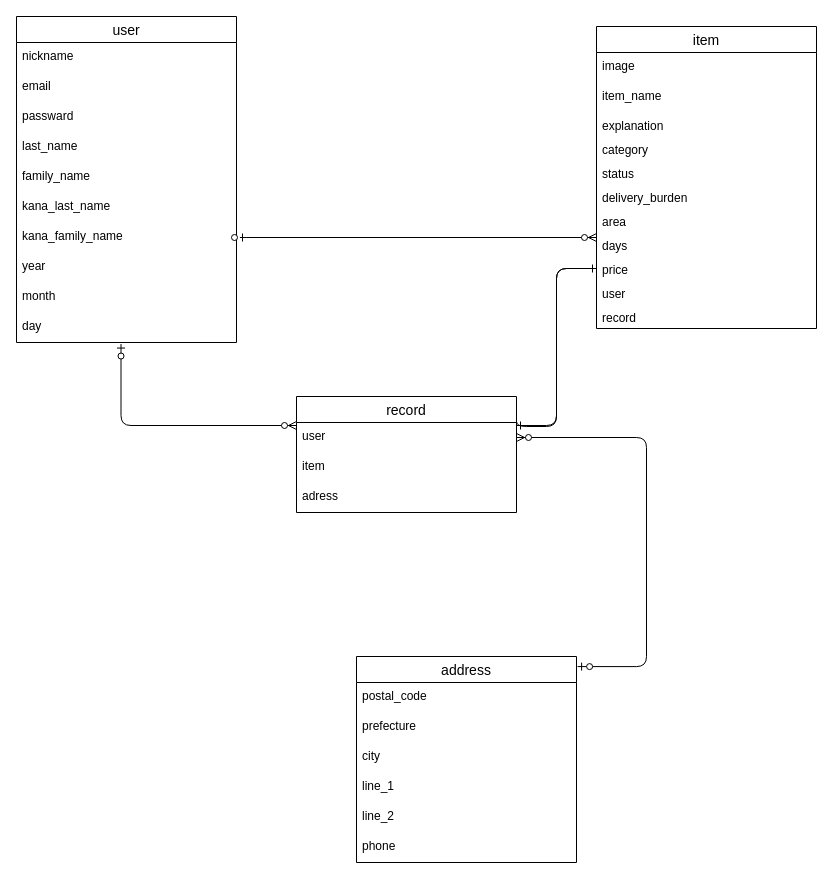
Before: furima.dio in daiki0904/furima-35457, a draw.io diagram. Source tidied: cells renumbered, new cells numbered last; positions are measured from the earlier drawing's top-left corner, leaving out a move shared by most shapes. Both pictures are drawn from the tidied source at 100%, with x=0, y=0 at pixel (16, 16).
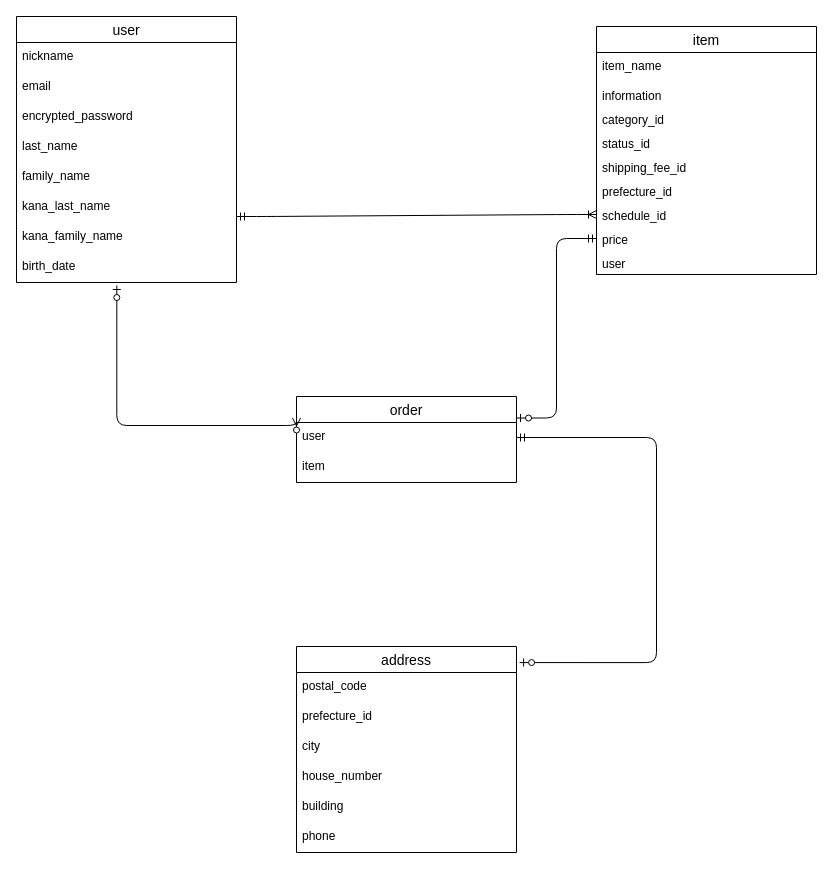
After the change.

Commit message (it also covers changes not shown here):
データベース設計　再提出

The change refers to these unchanged cells:
```xml
<mxCell id="26" value="user" style="text;strokeColor=none;fillColor=none;spacingLeft=4;spacingRight=4;overflow=hidden;points=[[0,0.5],[1,0.5]];portConstraint=eastwest;fontSize=12;" parent="25" vertex="1">
  <mxGeometry y="26" width="220" height="30" as="geometry" />
</mxCell>
```

Diff of the diagram source:
```diff
@@
     <mxCell id="2" value="user" style="swimlane;fontStyle=0;horizontal=1;startSize=26;align=center;fontSize=14;" parent="1" vertex="1">
-      <mxGeometry width="220" height="326" as="geometry" />
+      <mxGeometry width="220" height="266" as="geometry" />
     </mxCell>
@@
-    <mxCell id="5" value="passward" style="text;strokeColor=none;fillColor=none;spacingLeft=4;spacingRight=4;overflow=hidden;fontSize=12;" parent="2" vertex="1">
+    <mxCell id="5" value="encrypted_password" style="text;strokeColor=none;fillColor=none;spacingLeft=4;spacingRight=4;overflow=hidden;fontSize=12;" parent="2" vertex="1">
       <mxGeometry y="86" width="220" height="30" as="geometry" />
     </mxCell>
@@
-    <mxCell id="10" value="year" style="text;strokeColor=none;fillColor=none;spacingLeft=4;spacingRight=4;overflow=hidden;points=[[0,0.5],[1,0.5]];portConstraint=eastwest;fontSize=12;" parent="2" vertex="1">
+    <mxCell id="10" value="birth_date" style="text;strokeColor=none;fillColor=none;spacingLeft=4;spacingRight=4;overflow=hidden;points=[[0,0.5],[1,0.5]];portConstraint=eastwest;fontSize=12;" parent="2" vertex="1">
       <mxGeometry y="236" width="220" height="30" as="geometry" />
     </mxCell>
-    <mxCell id="11" value="month" style="text;strokeColor=none;fillColor=none;spacingLeft=4;spacingRight=4;overflow=hidden;fontSize=12;" parent="2" vertex="1">
-      <mxGeometry y="266" width="220" height="30" as="geometry" />
-    </mxCell>
-    <mxCell id="12" value="day" style="text;strokeColor=none;fillColor=none;spacingLeft=4;spacingRight=4;overflow=hidden;points=[[0,0.5],[1,0.5]];portConstraint=eastwest;fontSize=12;" parent="2" vertex="1">
-      <mxGeometry y="296" width="220" height="30" as="geometry" />
-    </mxCell>
     <mxCell id="13" value="item" style="swimlane;fontStyle=0;horizontal=1;startSize=26;align=center;fontSize=14;" parent="1" vertex="1">
-      <mxGeometry x="580" y="10" width="220" height="302" as="geometry" />
+      <mxGeometry x="580" y="10" width="220" height="248" as="geometry" />
     </mxCell>
-    <mxCell id="14" value="image" style="text;strokeColor=none;fillColor=none;spacingLeft=4;spacingRight=4;overflow=hidden;fontSize=12;" parent="13" vertex="1">
-      <mxGeometry y="26" width="220" height="30" as="geometry" />
-    </mxCell>
     <mxCell id="15" value="item_name" style="text;strokeColor=none;fillColor=none;spacingLeft=4;spacingRight=4;overflow=hidden;fontSize=12;" parent="13" vertex="1">
-      <mxGeometry y="56" width="220" height="30" as="geometry" />
+      <mxGeometry y="26" width="220" height="30" as="geometry" />
     </mxCell>
-    <mxCell id="16" value="explanation" style="text;strokeColor=none;fillColor=none;spacingLeft=4;spacingRight=4;overflow=hidden;fontSize=12;" parent="13" vertex="1">
-      <mxGeometry y="86" width="220" height="24" as="geometry" />
+    <mxCell id="16" value="information" style="text;strokeColor=none;fillColor=none;spacingLeft=4;spacingRight=4;overflow=hidden;fontSize=12;" parent="13" vertex="1">
+      <mxGeometry y="56" width="220" height="24" as="geometry" />
     </mxCell>
-    <mxCell id="17" value="category" style="text;strokeColor=none;fillColor=none;spacingLeft=4;spacingRight=4;overflow=hidden;fontSize=12;" parent="13" vertex="1">
-      <mxGeometry y="110" width="220" height="24" as="geometry" />
+    <mxCell id="17" value="category_id" style="text;strokeColor=none;fillColor=none;spacingLeft=4;spacingRight=4;overflow=hidden;fontSize=12;" parent="13" vertex="1">
+      <mxGeometry y="80" width="220" height="24" as="geometry" />
     </mxCell>
-    <mxCell id="18" value="status" style="text;strokeColor=none;fillColor=none;spacingLeft=4;spacingRight=4;overflow=hidden;fontSize=12;" parent="13" vertex="1">
-      <mxGeometry y="134" width="220" height="24" as="geometry" />
+    <mxCell id="18" value="status_id" style="text;strokeColor=none;fillColor=none;spacingLeft=4;spacingRight=4;overflow=hidden;fontSize=12;" parent="13" vertex="1">
+      <mxGeometry y="104" width="220" height="24" as="geometry" />
     </mxCell>
-    <mxCell id="19" value="delivery_burden" style="text;strokeColor=none;fillColor=none;spacingLeft=4;spacingRight=4;overflow=hidden;fontSize=12;" parent="13" vertex="1">
-      <mxGeometry y="158" width="220" height="24" as="geometry" />
+    <mxCell id="19" value="shipping_fee_id" style="text;strokeColor=none;fillColor=none;spacingLeft=4;spacingRight=4;overflow=hidden;fontSize=12;" parent="13" vertex="1">
+      <mxGeometry y="128" width="220" height="24" as="geometry" />
     </mxCell>
-    <mxCell id="20" value="area" style="text;strokeColor=none;fillColor=none;spacingLeft=4;spacingRight=4;overflow=hidden;fontSize=12;" parent="13" vertex="1">
-      <mxGeometry y="182" width="220" height="24" as="geometry" />
+    <mxCell id="20" value="prefecture_id" style="text;strokeColor=none;fillColor=none;spacingLeft=4;spacingRight=4;overflow=hidden;fontSize=12;" parent="13" vertex="1">
+      <mxGeometry y="152" width="220" height="24" as="geometry" />
     </mxCell>
-    <mxCell id="21" value="days" style="text;strokeColor=none;fillColor=none;spacingLeft=4;spacingRight=4;overflow=hidden;points=[[0,0.5],[1,0.5]];portConstraint=eastwest;fontSize=12;" parent="13" vertex="1">
-      <mxGeometry y="206" width="220" height="24" as="geometry" />
+    <mxCell id="21" value="schedule_id" style="text;strokeColor=none;fillColor=none;spacingLeft=4;spacingRight=4;overflow=hidden;points=[[0,0.5],[1,0.5]];portConstraint=eastwest;fontSize=12;" parent="13" vertex="1">
+      <mxGeometry y="176" width="220" height="24" as="geometry" />
     </mxCell>
     <mxCell id="22" value="price" style="text;strokeColor=none;fillColor=none;spacingLeft=4;spacingRight=4;overflow=hidden;points=[[0,0.5],[1,0.5]];portConstraint=eastwest;fontSize=12;" parent="13" vertex="1">
-      <mxGeometry y="230" width="220" height="24" as="geometry" />
+      <mxGeometry y="200" width="220" height="24" as="geometry" />
     </mxCell>
     <mxCell id="23" value="user" style="text;strokeColor=none;fillColor=none;spacingLeft=4;spacingRight=4;overflow=hidden;fontSize=12;" parent="13" vertex="1">
-      <mxGeometry y="254" width="220" height="24" as="geometry" />
+      <mxGeometry y="224" width="220" height="24" as="geometry" />
     </mxCell>
-    <mxCell id="24" value="record" style="text;strokeColor=none;fillColor=none;spacingLeft=4;spacingRight=4;overflow=hidden;fontSize=12;" parent="13" vertex="1">
-      <mxGeometry y="278" width="220" height="24" as="geometry" />
-    </mxCell>
-    <mxCell id="25" value="record" style="swimlane;fontStyle=0;horizontal=1;startSize=26;align=center;fontSize=14;" parent="1" vertex="1">
-      <mxGeometry x="280" y="380" width="220" height="116" as="geometry" />
+    <mxCell id="25" value="order" style="swimlane;fontStyle=0;horizontal=1;startSize=26;align=center;fontSize=14;" parent="1" vertex="1">
+      <mxGeometry x="280" y="380" width="220" height="86" as="geometry" />
     </mxCell>
@@
-    <mxCell id="28" value="adress" style="text;strokeColor=none;fillColor=none;spacingLeft=4;spacingRight=4;overflow=hidden;fontSize=12;" parent="25" vertex="1">
-      <mxGeometry y="86" width="220" height="30" as="geometry" />
-    </mxCell>
     <mxCell id="29" value="address" style="swimlane;fontStyle=0;horizontal=1;startSize=26;align=center;fontSize=14;" parent="1" vertex="1">
-      <mxGeometry x="340" y="640" width="220" height="206" as="geometry" />
+      <mxGeometry x="280" y="630" width="220" height="206" as="geometry" />
     </mxCell>
@@
-    <mxCell id="31" value="prefecture" style="text;strokeColor=none;fillColor=none;spacingLeft=4;spacingRight=4;overflow=hidden;fontSize=12;" parent="29" vertex="1">
+    <mxCell id="31" value="prefecture_id" style="text;strokeColor=none;fillColor=none;spacingLeft=4;spacingRight=4;overflow=hidden;fontSize=12;" parent="29" vertex="1">
       <mxGeometry y="56" width="220" height="30" as="geometry" />
     </mxCell>
@@
-    <mxCell id="33" value="line_1" style="text;strokeColor=none;fillColor=none;spacingLeft=4;spacingRight=4;overflow=hidden;fontSize=12;" parent="29" vertex="1">
+    <mxCell id="33" value="house_number" style="text;strokeColor=none;fillColor=none;spacingLeft=4;spacingRight=4;overflow=hidden;fontSize=12;" parent="29" vertex="1">
       <mxGeometry y="116" width="220" height="30" as="geometry" />
     </mxCell>
-    <mxCell id="34" value="line_2" style="text;strokeColor=none;fillColor=none;spacingLeft=4;spacingRight=4;overflow=hidden;fontSize=12;" parent="29" vertex="1">
+    <mxCell id="34" value="building" style="text;strokeColor=none;fillColor=none;spacingLeft=4;spacingRight=4;overflow=hidden;fontSize=12;" parent="29" vertex="1">
       <mxGeometry y="146" width="220" height="30" as="geometry" />
     </mxCell>
@@
-    <mxCell id="36" style="edgeStyle=elbowEdgeStyle;fontSize=12;html=1;endArrow=ERzeroToMany;startArrow=ERzeroToOne;" parent="1" edge="1">
-      <mxGeometry relative="1" as="geometry">
-        <mxPoint x="230" y="221" as="sourcePoint" />
-        <mxPoint x="580" y="221" as="targetPoint" />
-        <Array as="points">
-          <mxPoint x="220" y="230" />
-        </Array>
-      </mxGeometry>
-    </mxCell>
-    <mxCell id="37" style="edgeStyle=orthogonalEdgeStyle;fontSize=12;html=1;endArrow=ERzeroToMany;startArrow=ERzeroToOne;exitX=0.475;exitY=1.052;exitDx=0;exitDy=0;exitPerimeter=0;entryX=0;entryY=0.25;entryDx=0;entryDy=0;" parent="1" edge="1" source="12" target="25">
+    <mxCell id="37" style="edgeStyle=orthogonalEdgeStyle;fontSize=12;html=1;endArrow=ERzeroToMany;startArrow=ERzeroToOne;exitX=0.456;exitY=1.1;exitDx=0;exitDy=0;exitPerimeter=0;entryX=0;entryY=0.25;entryDx=0;entryDy=0;" parent="1" edge="1" source="10" target="25">
       <mxGeometry relative="1" as="geometry">
         <Array as="points">
-          <mxPoint x="105" y="409" />
+          <mxPoint x="100" y="409" />
         </Array>
       </mxGeometry>
     </mxCell>
-    <mxCell id="38" style="edgeStyle=orthogonalEdgeStyle;fontSize=12;html=1;endArrow=ERzeroToMany;startArrow=ERzeroToOne;exitX=1.005;exitY=0.049;exitDx=0;exitDy=0;exitPerimeter=0;" parent="1" edge="1" source="29" target="26">
-      <mxGeometry relative="1" as="geometry">
-        <Array as="points">
-          <mxPoint x="630" y="650" />
-          <mxPoint x="630" y="421" />
-        </Array>
-      </mxGeometry>
-    </mxCell>
-    <mxCell id="39" style="edgeStyle=orthogonalEdgeStyle;fontSize=12;html=1;endArrow=ERone;endFill=1;entryX=0;entryY=0.5;entryDx=0;entryDy=0;" parent="1" edge="1" target="22">
-      <mxGeometry relative="1" as="geometry">
-        <mxPoint x="500" y="400" as="sourcePoint" />
-        <Array as="points">
-          <mxPoint x="500" y="410" />
-          <mxPoint x="540" y="410" />
-          <mxPoint x="540" y="252" />
-        </Array>
-      </mxGeometry>
-    </mxCell>
+    <mxCell id="41" style="edgeStyle=entityRelationEdgeStyle;fontSize=12;html=1;endArrow=ERoneToMany;startArrow=ERmandOne;entryX=0;entryY=0.5;entryDx=0;entryDy=0;" parent="1" edge="1" target="21">
+      <mxGeometry relative="1" as="geometry">
+        <mxPoint x="220" y="200" as="sourcePoint" />
+      </mxGeometry>
+    </mxCell>
-    <mxCell id="40" style="edgeStyle=elbowEdgeStyle;fontSize=12;html=1;endArrow=ERone;endFill=1;entryX=1;entryY=0.25;entryDx=0;entryDy=0;exitX=0;exitY=0.5;exitDx=0;exitDy=0;" parent="1" edge="1" source="22" target="25">
-      <mxGeometry relative="1" as="geometry">
-        <Array as="points">
-          <mxPoint x="540" y="330" />
-        </Array>
-      </mxGeometry>
+    <mxCell id="40" style="edgeStyle=orthogonalEdgeStyle;fontSize=12;html=1;endArrow=ERzeroToOne;startArrow=ERmandOne;exitX=0;exitY=0.5;exitDx=0;exitDy=0;entryX=1;entryY=0.25;entryDx=0;entryDy=0;" parent="1" edge="1" source="22" target="25">
+      <mxGeometry relative="1" as="geometry" />
     </mxCell>
+    <mxCell id="42" style="edgeStyle=orthogonalEdgeStyle;fontSize=12;html=1;endArrow=ERzeroToOne;startArrow=ERmandOne;exitX=1;exitY=0.5;exitDx=0;exitDy=0;entryX=1.014;entryY=0.078;entryDx=0;entryDy=0;entryPerimeter=0;" parent="1" edge="1" source="26" target="29">
+      <mxGeometry relative="1" as="geometry">
+        <Array as="points">
+          <mxPoint x="640" y="421" />
+          <mxPoint x="640" y="646" />
+        </Array>
+      </mxGeometry>
+    </mxCell>
```
